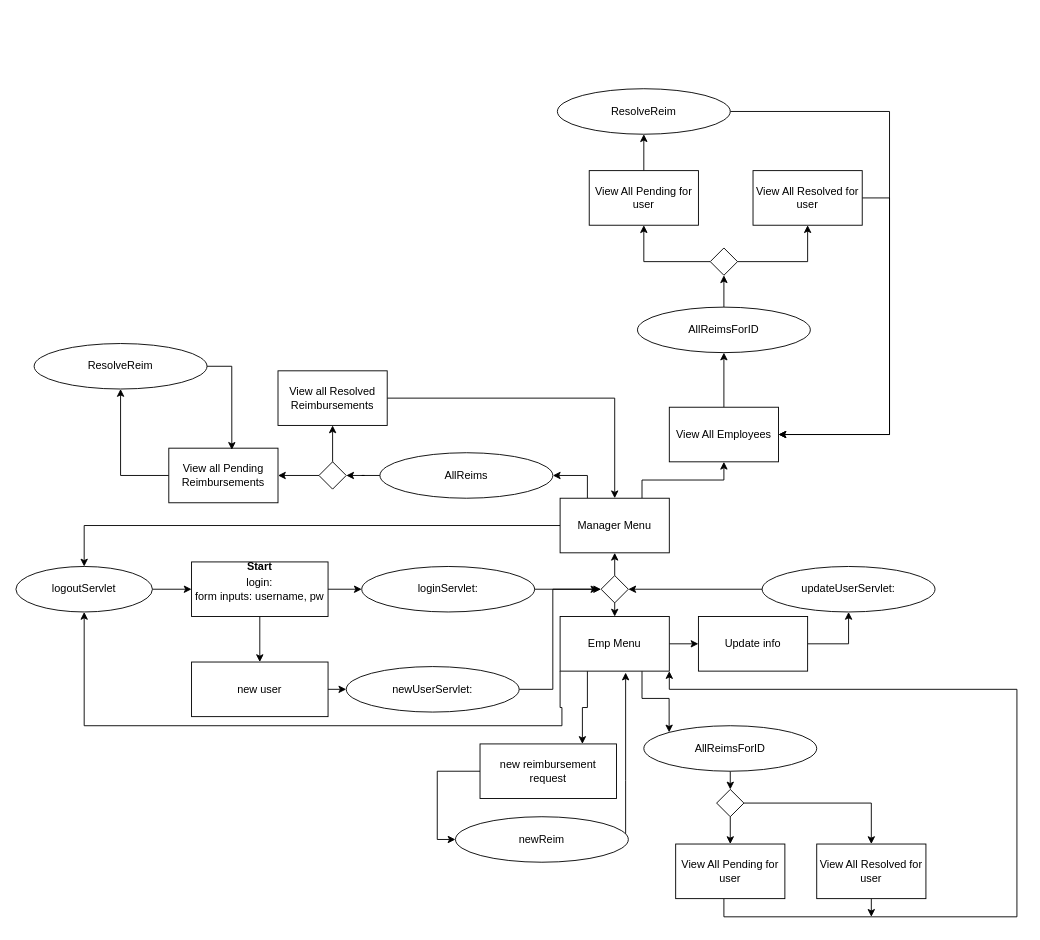
Above: page "Page-4" (3 of 3) of ERS_Project1/diagrams.drawio in dlbroadwa/NewRevatureRepo (draw.io), before the change. Source tidied: cells renumbered, new cells numbered last; positions are measured from the earlier drawing's top-left corner, leaving out a move shared by most shapes. Both pictures are drawn from the tidied source at 91%, with x=0, y=0 at pixel (15, 88).
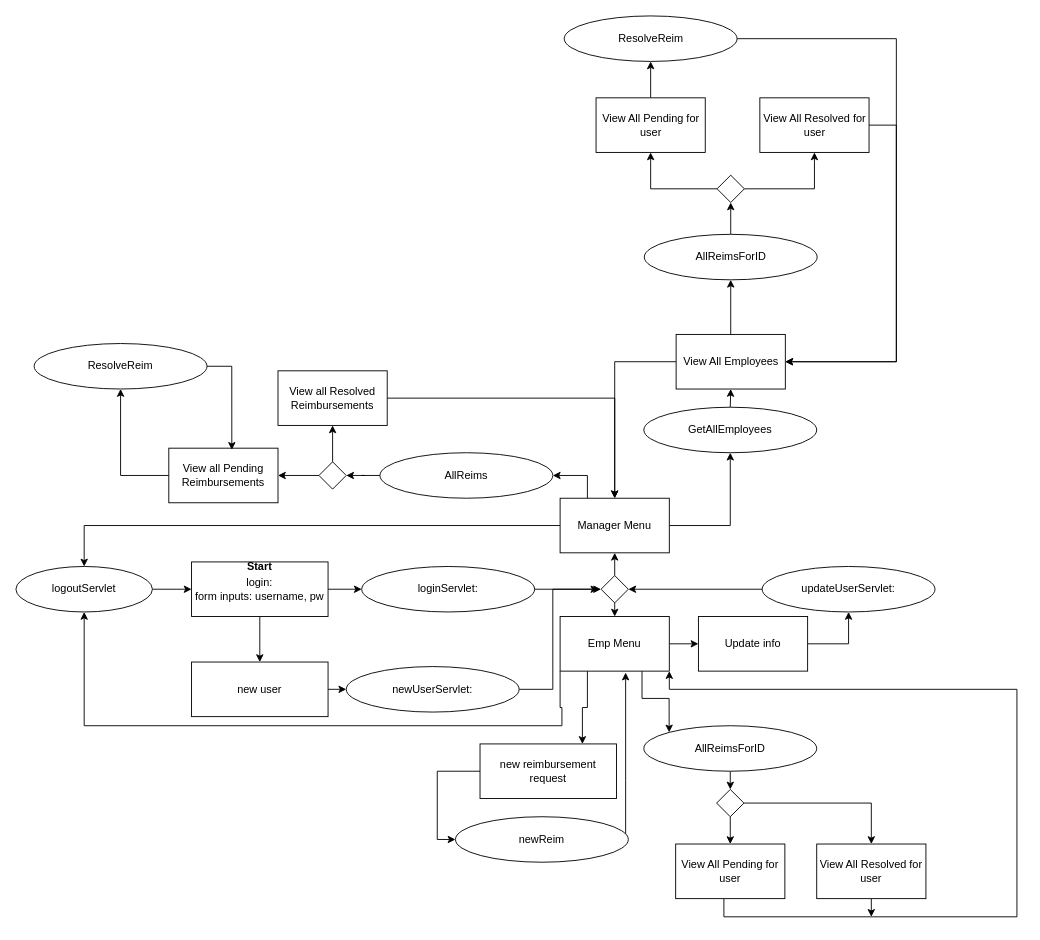
The same diagram, later.

Unchanged cells that the change refers to:
```xml
<mxCell id="13" value="Manager Menu" style="rounded=0;whiteSpace=wrap;html=1;" parent="1" vertex="1">
  <mxGeometry x="598" y="450" width="120" height="60" as="geometry" />
</mxCell>
```

The edit, as a diff of the source:
```diff
@@
-    <mxCell id="12" style="edgeStyle=orthogonalEdgeStyle;rounded=0;jettySize=auto;html=1;entryX=0.5;entryY=1;entryDx=0;entryDy=0;exitX=0.75;exitY=0;exitDx=0;exitDy=0;" parent="1" edge="1" source="13" target="44">
-      <mxGeometry relative="1" as="geometry" />
+    <mxCell id="12" style="edgeStyle=orthogonalEdgeStyle;rounded=0;jettySize=auto;html=1;entryX=0.5;entryY=1;entryDx=0;entryDy=0;" parent="1" edge="1" target="44">
+      <mxGeometry relative="1" as="geometry">
+        <mxPoint x="785" y="350" as="sourcePoint" />
+      </mxGeometry>
     </mxCell>
+    <mxCell id="67" style="edgeStyle=orthogonalEdgeStyle;rounded=0;jettySize=auto;html=1;exitX=1;exitY=0.5;exitDx=0;exitDy=0;entryX=0.5;entryY=1;entryDx=0;entryDy=0;" parent="1" edge="1" source="13" target="69">
+      <mxGeometry relative="1" as="geometry" />
+    </mxCell>
@@
+    <mxCell id="68" style="edgeStyle=orthogonalEdgeStyle;rounded=0;jettySize=auto;html=1;" parent="1" edge="1" source="44" target="13">
+      <mxGeometry relative="1" as="geometry" />
+    </mxCell>
     <mxCell id="44" value="View All Employees" style="rounded=0;whiteSpace=wrap;html=1;" parent="1" vertex="1">
-      <mxGeometry x="718" y="350" width="120" height="60" as="geometry" />
+      <mxGeometry x="725.5" y="270" width="120" height="60" as="geometry" />
     </mxCell>
@@
     <mxCell id="49" style="rhombus;whiteSpace=wrap;html=1;" parent="1" vertex="1">
-      <mxGeometry x="763" y="175" width="30" height="30" as="geometry" />
+      <mxGeometry x="770.5" y="95" width="30" height="30" as="geometry" />
     </mxCell>
@@
     <mxCell id="60" value="AllReimsForID" style="ellipse;whiteSpace=wrap;html=1;" parent="1" vertex="1">
-      <mxGeometry x="683" y="240" width="190" height="50" as="geometry" />
+      <mxGeometry x="690.5" y="160" width="190" height="50" as="geometry" />
     </mxCell>
@@
     <mxCell id="62" value="View All Pending for user" style="rounded=0;whiteSpace=wrap;html=1;" parent="1" vertex="1">
-      <mxGeometry x="630" y="90" width="120" height="60" as="geometry" />
+      <mxGeometry x="637.5" y="10" width="120" height="60" as="geometry" />
     </mxCell>
     <mxCell id="63" style="edgeStyle=orthogonalEdgeStyle;rounded=0;jettySize=auto;html=1;entryX=1;entryY=0.5;entryDx=0;entryDy=0;" parent="1" edge="1" source="64" target="44">
       <mxGeometry relative="1" as="geometry">
         <Array as="points">
-          <mxPoint x="960" y="120" />
-          <mxPoint x="960" y="380" />
+          <mxPoint x="967.5" y="40" />
+          <mxPoint x="967.5" y="300" />
         </Array>
       </mxGeometry>
     </mxCell>
     <mxCell id="64" value="View All Resolved for user" style="rounded=0;whiteSpace=wrap;html=1;" parent="1" vertex="1">
-      <mxGeometry x="810" y="90" width="120" height="60" as="geometry" />
+      <mxGeometry x="817.5" y="10" width="120" height="60" as="geometry" />
     </mxCell>
     <mxCell id="65" style="edgeStyle=orthogonalEdgeStyle;rounded=0;jettySize=auto;html=1;entryX=1;entryY=0.5;entryDx=0;entryDy=0;" parent="1" edge="1" source="66" target="44">
       <mxGeometry relative="1" as="geometry">
         <Array as="points">
-          <mxPoint x="960" y="25" />
-          <mxPoint x="960" y="380" />
+          <mxPoint x="967.5" y="-55" />
+          <mxPoint x="967.5" y="300" />
         </Array>
       </mxGeometry>
     </mxCell>
     <mxCell id="66" value="ResolveReim" style="ellipse;whiteSpace=wrap;html=1;" parent="1" vertex="1">
-      <mxGeometry x="595" width="190" height="50" as="geometry" />
+      <mxGeometry x="602.5" y="-80" width="190" height="50" as="geometry" />
     </mxCell>
+    <mxCell id="69" value="GetAllEmployees" style="ellipse;whiteSpace=wrap;html=1;" parent="1" vertex="1">
+      <mxGeometry x="690" y="350" width="190" height="50" as="geometry" />
+    </mxCell>
```
